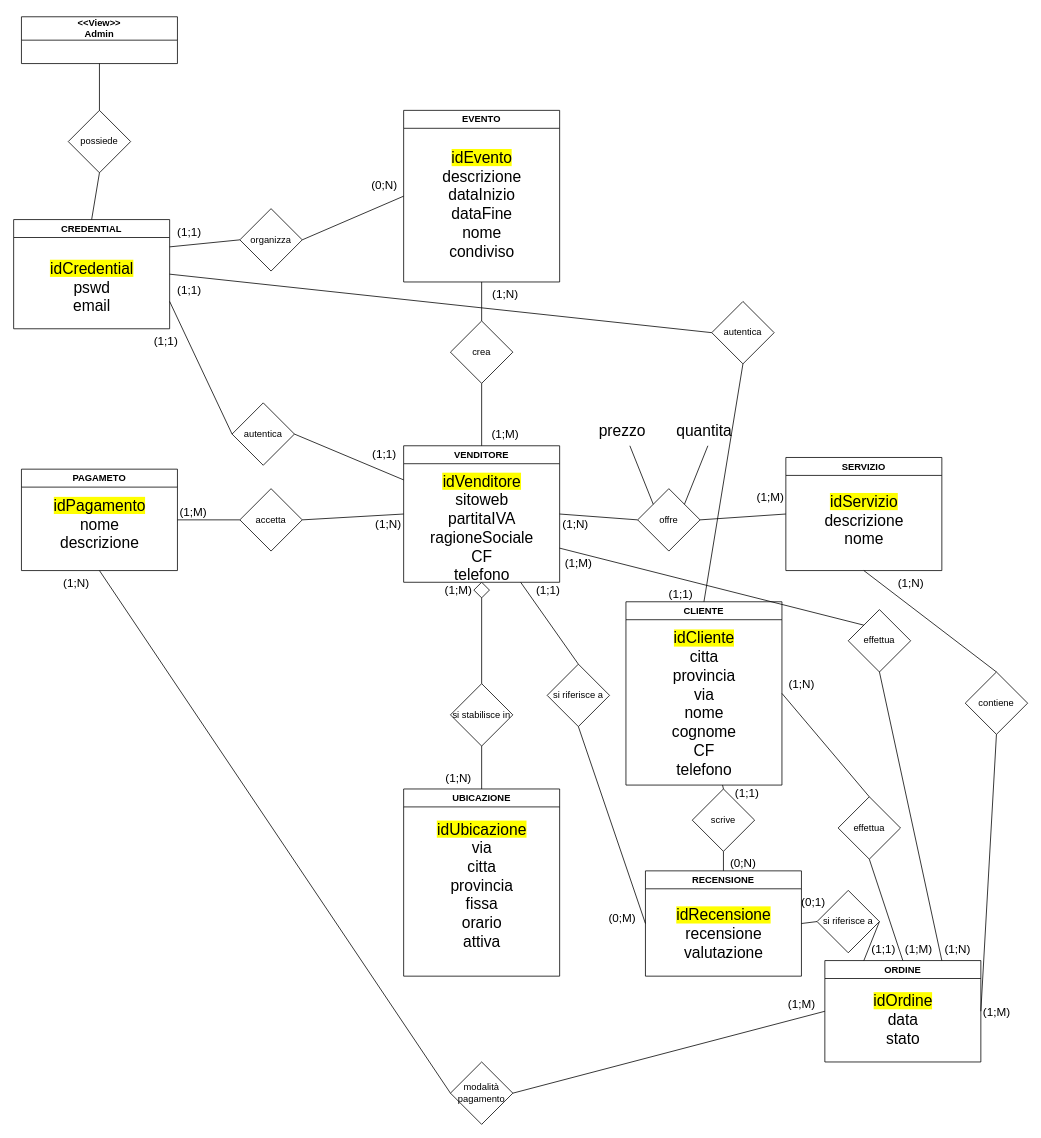
The draw.io diagram doc_analisi/SCHEMA_KM-0.drawio in SuperMauro1966/Km-0, before the edit. Source tidied: cells renumbered, new cells numbered last; positions are measured from the earlier drawing's top-left corner, leaving out a move shared by most shapes. Both pictures are drawn from the tidied source at 78%, with x=0, y=0 at pixel (13, 16).
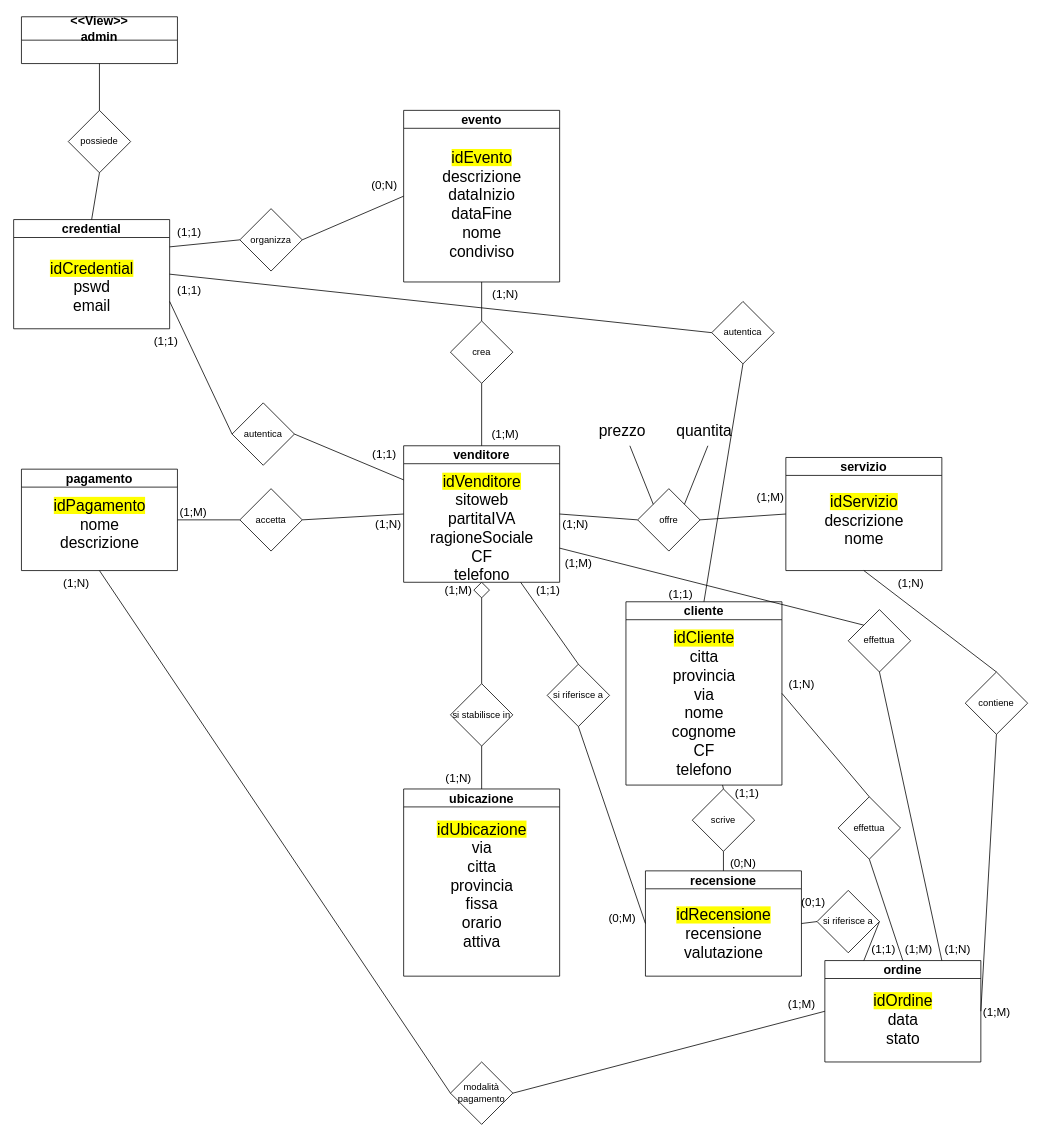
Above is the later version.

Commit message (it also covers changes not shown here):
modifica estetica e di alcuni campi dei dello schema e del diagramma logico

The edit, as a diff of the source:
```diff
@@
-    <mxCell id="2" value="PAGAMETO" style="swimlane;whiteSpace=wrap;html=1;" parent="1" vertex="1">
+    <mxCell id="2" value="&lt;font style=&quot;font-size: 16px;&quot;&gt;pagamento&lt;/font&gt;" style="swimlane;whiteSpace=wrap;html=1;" parent="1" vertex="1">
       <mxGeometry x="10" y="580" width="200" height="130" as="geometry" />
     </mxCell>
@@
-    <mxCell id="4" value="VENDITORE" style="swimlane;whiteSpace=wrap;html=1;" parent="1" vertex="1">
+    <mxCell id="4" value="&lt;font style=&quot;font-size: 16px;&quot;&gt;venditore&lt;/font&gt;" style="swimlane;whiteSpace=wrap;html=1;" parent="1" vertex="1">
       <mxGeometry x="500" y="550" width="200" height="175" as="geometry" />
     </mxCell>
@@
-    <mxCell id="13" value="UBICAZIONE" style="swimlane;whiteSpace=wrap;html=1;" parent="1" vertex="1">
+    <mxCell id="13" value="&lt;font style=&quot;font-size: 16px;&quot;&gt;ubicazione&lt;/font&gt;" style="swimlane;whiteSpace=wrap;html=1;" parent="1" vertex="1">
       <mxGeometry x="500" y="990" width="200" height="240" as="geometry" />
     </mxCell>
@@
-    <mxCell id="19" value="SERVIZIO" style="swimlane;whiteSpace=wrap;html=1;" parent="1" vertex="1">
+    <mxCell id="19" value="&lt;font style=&quot;font-size: 16px;&quot;&gt;servizio&lt;/font&gt;" style="swimlane;whiteSpace=wrap;html=1;" parent="1" vertex="1">
       <mxGeometry x="990" y="565" width="200" height="145" as="geometry" />
     </mxCell>
@@
-    <mxCell id="27" value="EVENTO" style="swimlane;whiteSpace=wrap;html=1;" parent="1" vertex="1">
+    <mxCell id="27" value="&lt;font style=&quot;font-size: 16px;&quot;&gt;evento&lt;/font&gt;" style="swimlane;whiteSpace=wrap;html=1;" parent="1" vertex="1">
       <mxGeometry x="500" y="120" width="200" height="220" as="geometry" />
     </mxCell>
@@
-    <mxCell id="31" value="ORDINE" style="swimlane;whiteSpace=wrap;html=1;" parent="1" vertex="1">
+    <mxCell id="31" value="&lt;font style=&quot;font-size: 16px;&quot;&gt;ordine&lt;/font&gt;" style="swimlane;whiteSpace=wrap;html=1;" parent="1" vertex="1">
       <mxGeometry x="1040" y="1210" width="200" height="130" as="geometry" />
     </mxCell>
@@
-    <mxCell id="37" value="CLIENTE" style="swimlane;whiteSpace=wrap;html=1;" parent="1" vertex="1">
+    <mxCell id="37" value="&lt;font style=&quot;font-size: 16px;&quot;&gt;cliente&lt;/font&gt;" style="swimlane;whiteSpace=wrap;html=1;" parent="1" vertex="1">
       <mxGeometry x="785" y="750" width="200" height="235" as="geometry" />
     </mxCell>
@@
-    <mxCell id="50" value="CREDENTIAL" style="swimlane;whiteSpace=wrap;html=1;" parent="1" vertex="1">
+    <mxCell id="50" value="&lt;font style=&quot;font-size: 16px;&quot;&gt;credential&lt;/font&gt;" style="swimlane;whiteSpace=wrap;html=1;" parent="1" vertex="1">
       <mxGeometry y="260" width="200" height="140" as="geometry" />
     </mxCell>
@@
-    <mxCell id="70" value="RECENSIONE" style="swimlane;whiteSpace=wrap;html=1;" parent="1" vertex="1">
+    <mxCell id="70" value="&lt;font style=&quot;font-size: 16px;&quot;&gt;recensione&lt;/font&gt;" style="swimlane;whiteSpace=wrap;html=1;" parent="1" vertex="1">
       <mxGeometry x="810" y="1095" width="200" height="135" as="geometry" />
     </mxCell>
@@
-    <mxCell id="91" value="&amp;lt;&amp;lt;View&amp;gt;&amp;gt;&lt;div&gt;Admin&lt;/div&gt;" style="swimlane;whiteSpace=wrap;html=1;startSize=30;" parent="1" vertex="1">
+    <mxCell id="91" value="&lt;font style=&quot;font-size: 16px;&quot;&gt;&amp;lt;&amp;lt;View&amp;gt;&amp;gt;&lt;/font&gt;&lt;div style=&quot;font-size: 16px;&quot;&gt;&lt;font style=&quot;font-size: 16px;&quot;&gt;admin&lt;/font&gt;&lt;/div&gt;" style="swimlane;whiteSpace=wrap;html=1;startSize=30;" parent="1" vertex="1">
       <mxGeometry x="10" width="200" height="60" as="geometry" />
     </mxCell>
```
